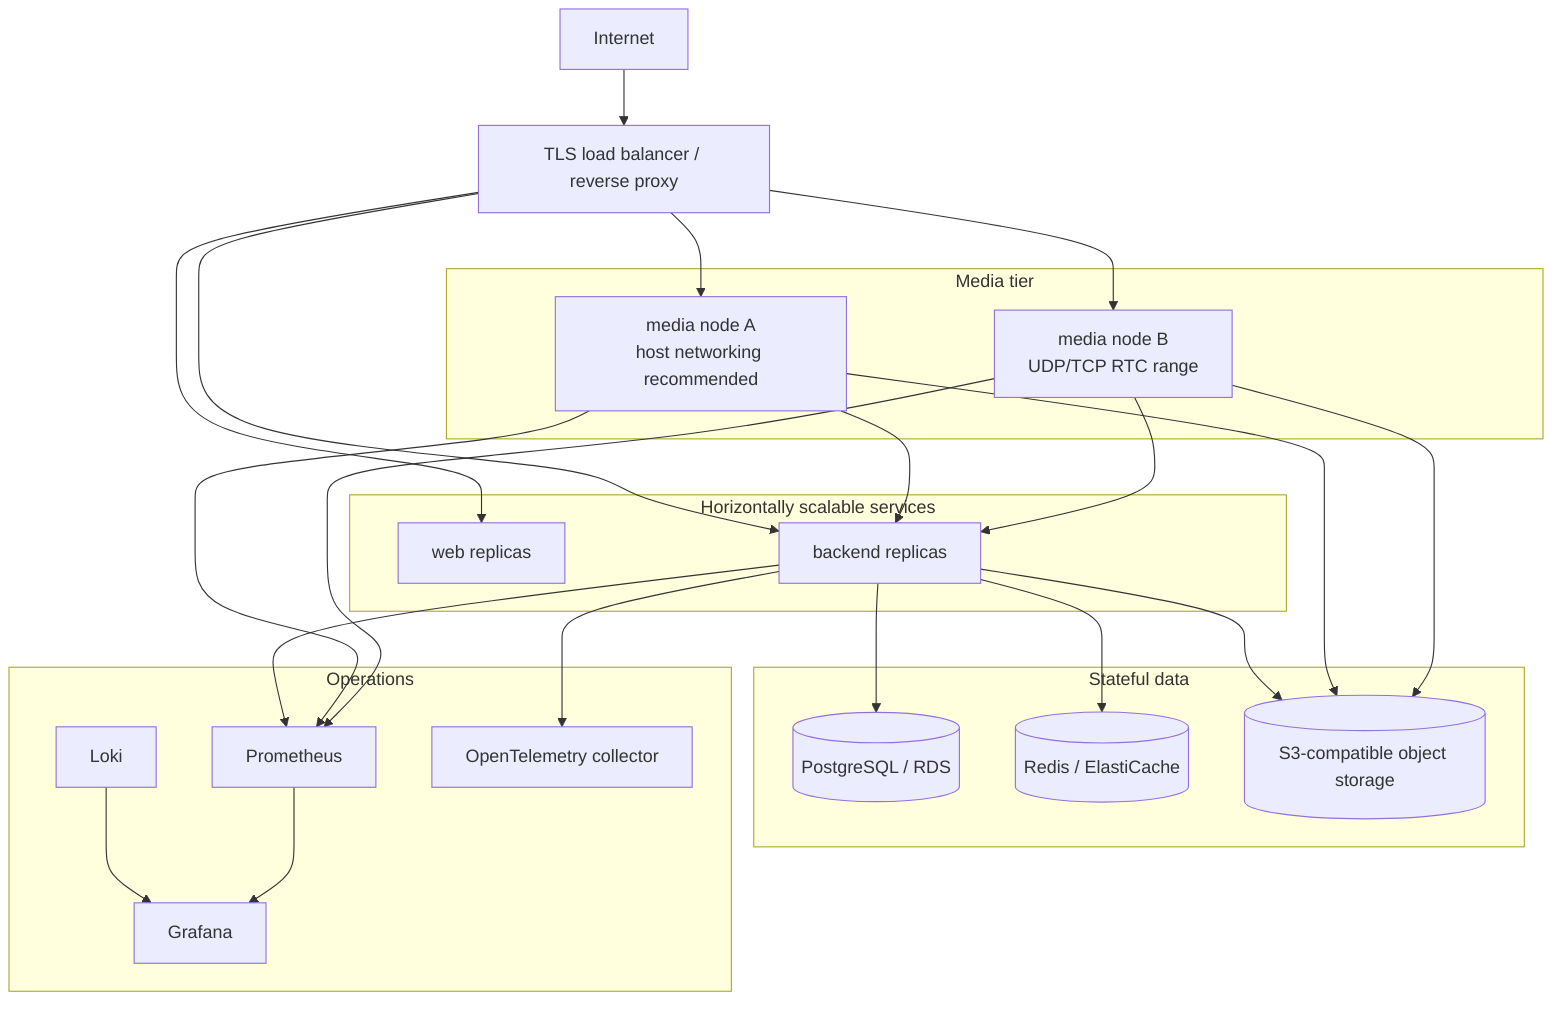
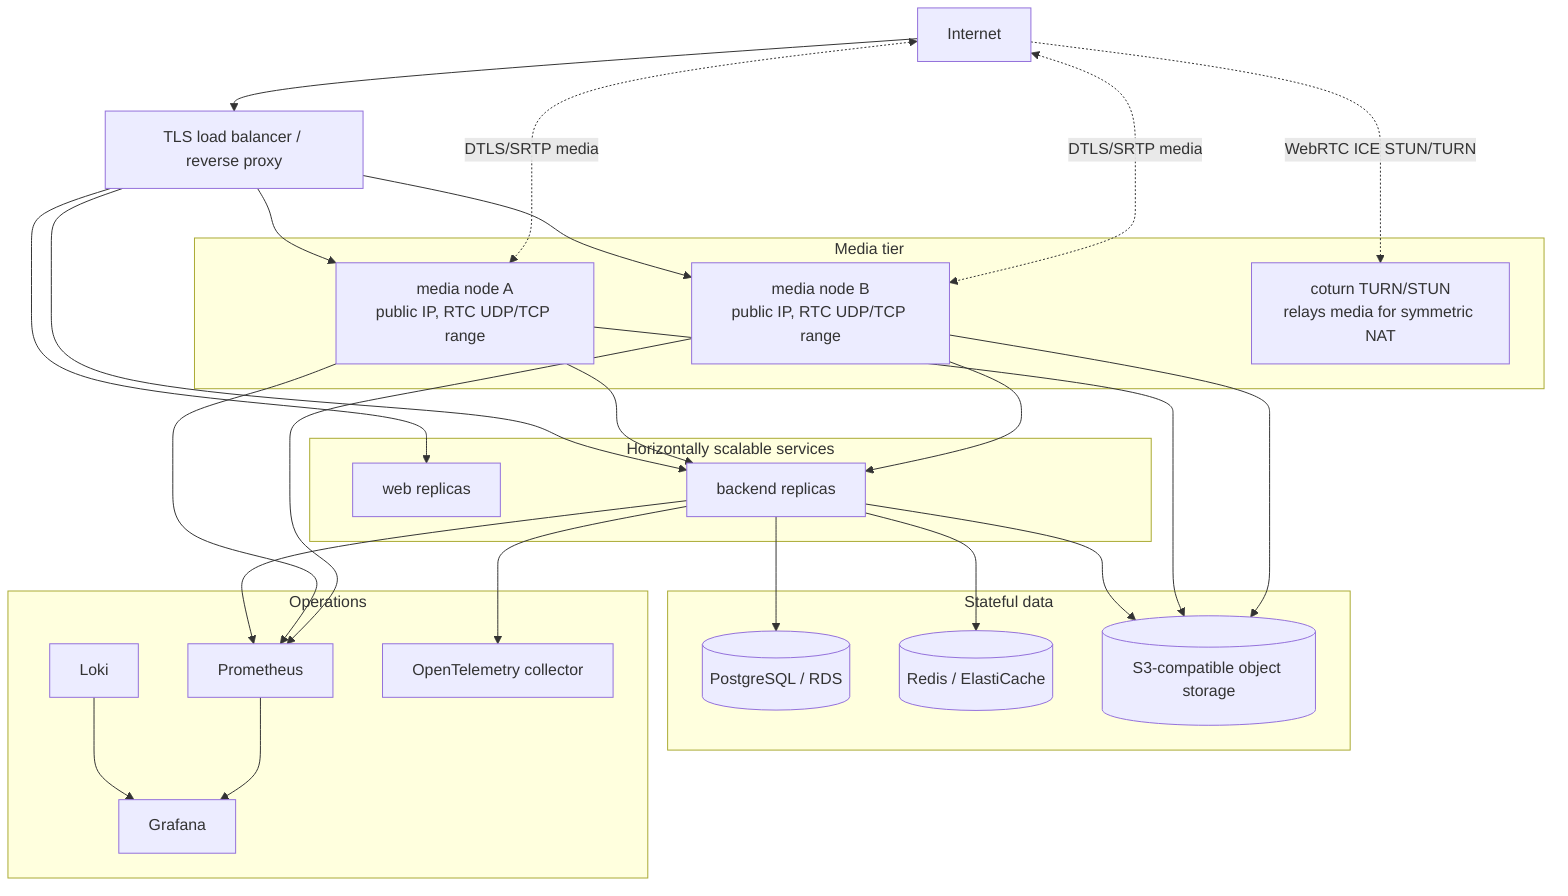
﻿flowchart TB
  Internet["Internet"]
  TLS["TLS load balancer / reverse proxy"]

  subgraph Stateless["Horizontally scalable services"]
    Web1["web replicas"]
    API1["backend replicas"]
  end

  subgraph MediaTier["Media tier"]
-     Media1["media node A\nhost networking recommended"]
-     Media2["media node B\nUDP/TCP RTC range"]
+     Media1["media node A\npublic IP, RTC UDP/TCP range"]
+     Media2["media node B\npublic IP, RTC UDP/TCP range"]
+     Turn["coturn TURN/STUN\nrelays media for symmetric NAT"]
  end

  subgraph ManagedData["Stateful data"]
    DB[("PostgreSQL / RDS")]
    Cache[("Redis / ElastiCache")]
    Bucket[("S3-compatible object storage")]
  end

  subgraph Ops["Operations"]
    Metrics["Prometheus"]
    Dashboards["Grafana"]
    Logs["Loki"]
    Traces["OpenTelemetry collector"]
  end

  Internet --> TLS
  TLS --> Web1
  TLS --> API1
  TLS --> Media1
  TLS --> Media2
+   Internet -.->|WebRTC ICE STUN/TURN| Turn
+   Internet <-.->|DTLS/SRTP media| Media1
+   Internet <-.->|DTLS/SRTP media| Media2

  API1 --> DB
  API1 --> Cache
  API1 --> Bucket
  Media1 --> Bucket
  Media2 --> Bucket
  Media1 --> API1
  Media2 --> API1

  API1 --> Traces
  API1 --> Metrics
  Media1 --> Metrics
  Media2 --> Metrics
  Logs --> Dashboards
  Metrics --> Dashboards
